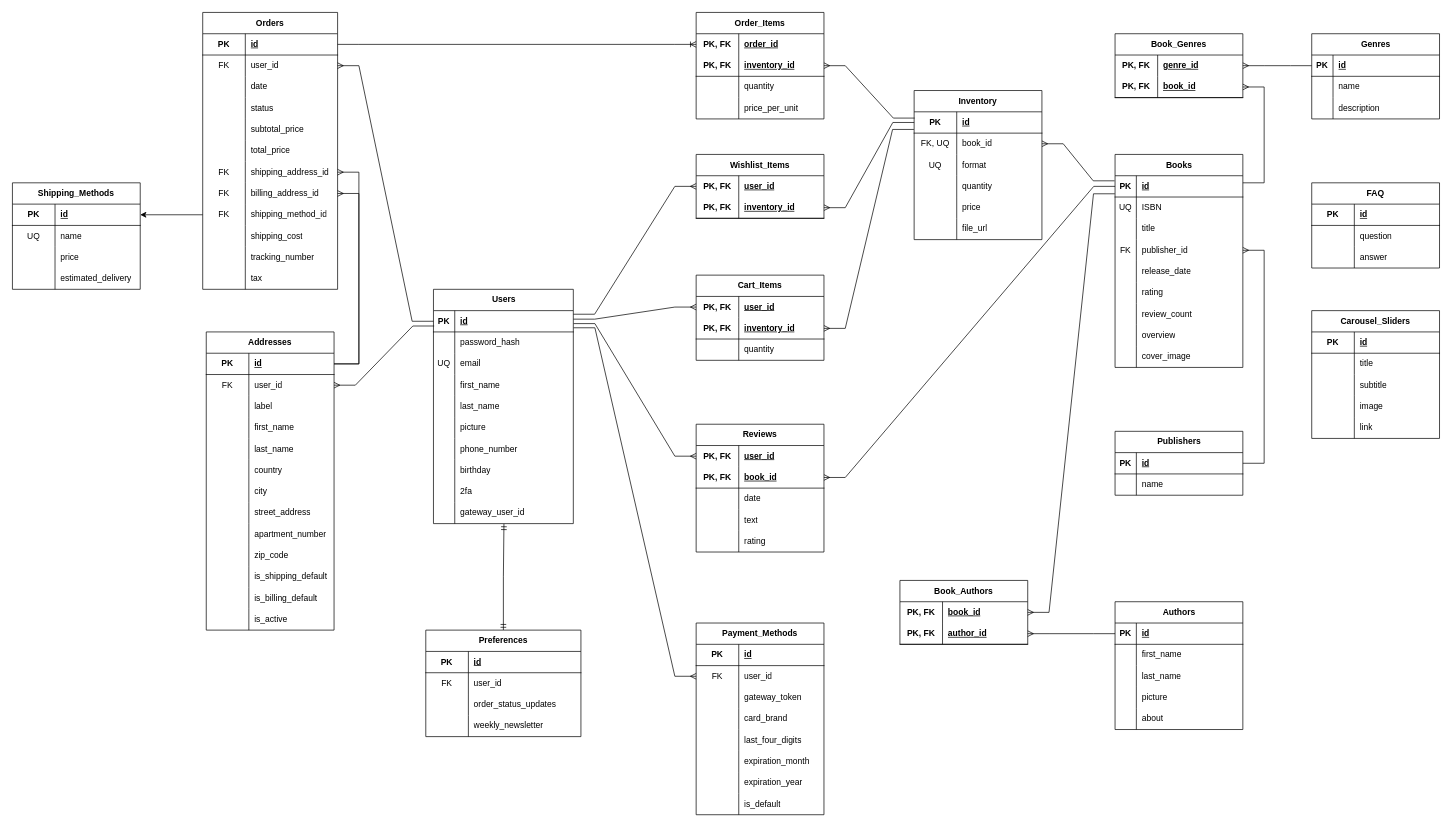
Above: ERD.drawio in ShayTam/Bookstore (draw.io), before the change. Source tidied: cells renumbered, new cells numbered last; positions are measured from the earlier drawing's top-left corner, leaving out a move shared by most shapes. Both pictures are drawn from the tidied source at 71%, with x=0, y=0 at pixel (12, 12).
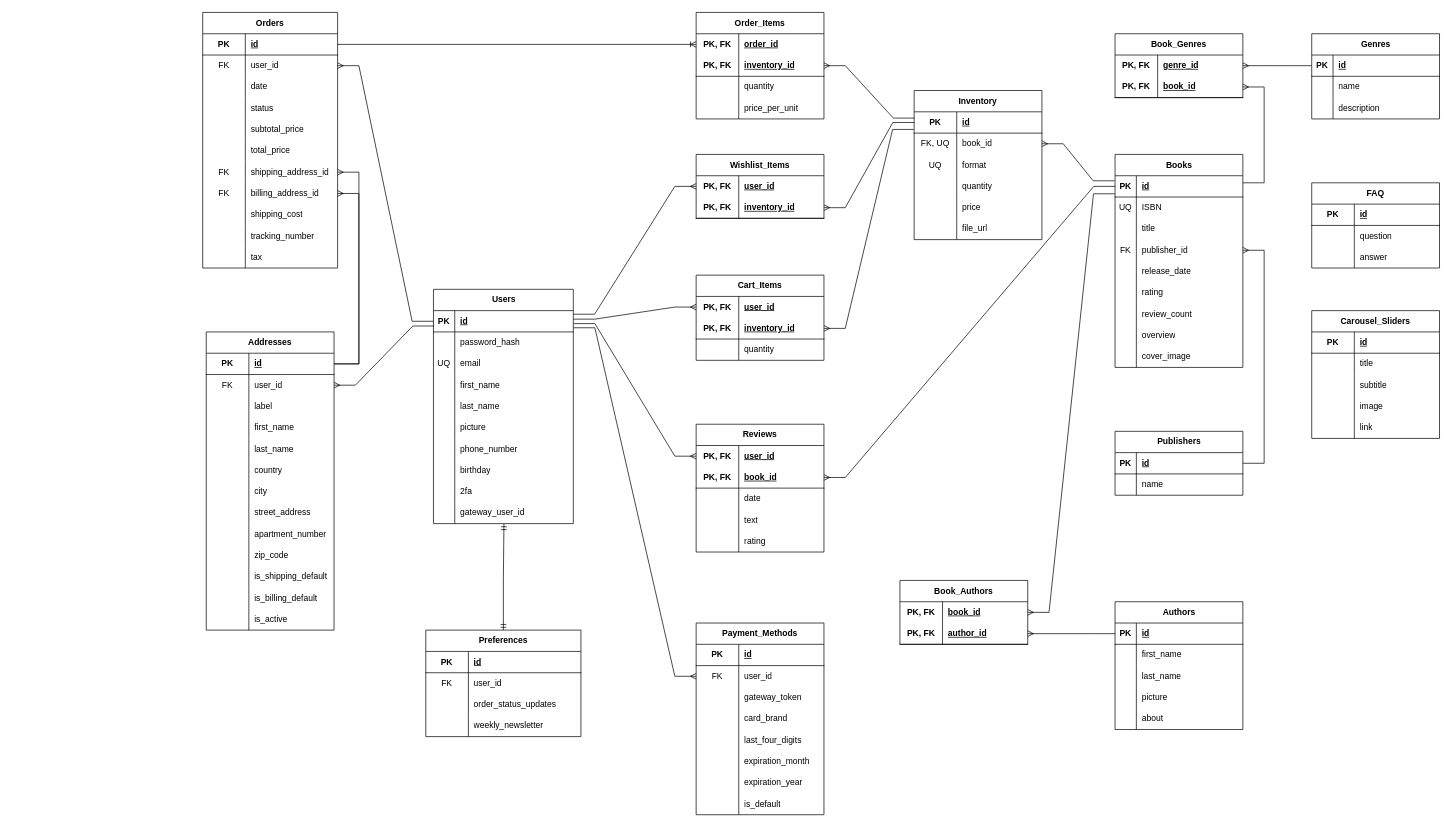
Above is the later version.

Commit message:
Deleted Shipping Method

The edit, as a diff of the source:
```diff
@@
     <mxCell id="119" value="Orders" style="shape=table;startSize=30;childLayout=tableLayout;rowLines=0;fontStyle=1;align=center;html=1;whiteSpace=wrap;" parent="1" vertex="1">
-      <mxGeometry x="268" width="190" height="390" as="geometry" />
+      <mxGeometry x="268" width="190" height="360" as="geometry" />
     </mxCell>
@@
-    <mxCell id="144" style="shape=tableRow;horizontal=0;startSize=0;swimlaneHead=0;swimlaneBody=0;fillColor=none;points=[[0,0.5],[1,0.5]];portConstraint=eastwest;top=0;left=0;right=0;bottom=0;html=1;" parent="119" vertex="1">
-      <mxGeometry y="270" width="190" height="30" as="geometry" />
-    </mxCell>
-    <mxCell id="145" value="FK" style="shape=partialRectangle;fillColor=none;top=0;left=0;bottom=0;right=0;overflow=hidden;html=1;whiteSpace=wrap;" parent="144" vertex="1">
-      <mxGeometry width="60" height="30" as="geometry" />
-    </mxCell>
-    <mxCell id="146" value="shipping_method_id" style="shape=partialRectangle;fillColor=none;top=0;left=0;bottom=0;right=0;align=left;spacingLeft=6;overflow=hidden;html=1;whiteSpace=wrap;" parent="144" vertex="1">
-      <mxGeometry x="60" width="130" height="30" as="geometry" />
-    </mxCell>
     <mxCell id="147" style="shape=tableRow;horizontal=0;startSize=0;swimlaneHead=0;swimlaneBody=0;fillColor=none;top=0;left=0;right=0;bottom=0;html=1;" parent="119" vertex="1">
-      <mxGeometry y="300" width="190" height="30" as="geometry" />
+      <mxGeometry y="270" width="190" height="30" as="geometry" />
     </mxCell>
@@
     <mxCell id="150" style="shape=tableRow;horizontal=0;startSize=0;swimlaneHead=0;swimlaneBody=0;fillColor=none;top=0;left=0;right=0;bottom=0;html=1;" parent="119" vertex="1">
-      <mxGeometry y="330" width="190" height="30" as="geometry" />
+      <mxGeometry y="300" width="190" height="30" as="geometry" />
     </mxCell>
@@
     <mxCell id="153" style="shape=tableRow;horizontal=0;startSize=0;swimlaneHead=0;swimlaneBody=0;fillColor=none;top=0;left=0;right=0;bottom=0;html=1;" parent="119" vertex="1">
-      <mxGeometry y="360" width="190" height="30" as="geometry" />
+      <mxGeometry y="330" width="190" height="30" as="geometry" />
     </mxCell>
@@
-    <mxCell id="279" value="Shipping_Methods" style="shape=table;startSize=30;childLayout=tableLayout;rowLines=0;fontStyle=1;align=center;html=1;whiteSpace=wrap;" parent="1" vertex="1">
-      <mxGeometry y="240" width="180" height="150" as="geometry" />
-    </mxCell>
-    <mxCell id="280" style="shape=tableRow;horizontal=0;startSize=0;swimlaneHead=0;swimlaneBody=0;fillColor=none;points=[[0,0.5],[1,0.5]];portConstraint=eastwest;top=0;left=0;right=0;bottom=1;html=1;" parent="279" vertex="1">
-      <mxGeometry y="30" width="180" height="30" as="geometry" />
-    </mxCell>
-    <mxCell id="281" value="&lt;span style=&quot;font-weight: 700;&quot;&gt;PK&lt;/span&gt;" style="shape=partialRectangle;fillColor=none;top=0;left=0;bottom=0;right=0;fontStyle=0;overflow=hidden;html=1;whiteSpace=wrap;" parent="280" vertex="1">
-      <mxGeometry width="60" height="30" as="geometry" />
-    </mxCell>
-    <mxCell id="282" value="&lt;span style=&quot;font-weight: 700; text-decoration: underline;&quot;&gt;id&lt;/span&gt;" style="shape=partialRectangle;fillColor=none;top=0;left=0;bottom=0;right=0;align=left;spacingLeft=6;fontStyle=0;overflow=hidden;html=1;whiteSpace=wrap;" parent="280" vertex="1">
-      <mxGeometry x="60" width="120" height="30" as="geometry" />
-    </mxCell>
-    <mxCell id="283" style="shape=tableRow;horizontal=0;startSize=0;swimlaneHead=0;swimlaneBody=0;fillColor=none;top=0;left=0;right=0;bottom=0;html=1;" parent="279" vertex="1">
-      <mxGeometry y="60" width="180" height="30" as="geometry" />
-    </mxCell>
-    <mxCell id="284" value="UQ" style="shape=partialRectangle;fillColor=none;top=0;left=0;bottom=0;right=0;overflow=hidden;html=1;whiteSpace=wrap;" parent="283" vertex="1">
-      <mxGeometry width="60" height="30" as="geometry" />
-    </mxCell>
-    <mxCell id="285" value="name" style="shape=partialRectangle;fillColor=none;top=0;left=0;bottom=0;right=0;align=left;spacingLeft=6;overflow=hidden;html=1;whiteSpace=wrap;" parent="283" vertex="1">
-      <mxGeometry x="60" width="120" height="30" as="geometry" />
-    </mxCell>
-    <mxCell id="286" style="shape=tableRow;horizontal=0;startSize=0;swimlaneHead=0;swimlaneBody=0;fillColor=none;top=0;left=0;right=0;bottom=0;html=1;" parent="279" vertex="1">
-      <mxGeometry y="90" width="180" height="30" as="geometry" />
-    </mxCell>
-    <mxCell id="287" style="shape=partialRectangle;fillColor=none;top=0;left=0;bottom=0;right=0;overflow=hidden;html=1;whiteSpace=wrap;" parent="286" vertex="1">
-      <mxGeometry width="60" height="30" as="geometry" />
-    </mxCell>
-    <mxCell id="288" value="price" style="shape=partialRectangle;fillColor=none;top=0;left=0;bottom=0;right=0;align=left;spacingLeft=6;overflow=hidden;html=1;whiteSpace=wrap;" parent="286" vertex="1">
-      <mxGeometry x="60" width="120" height="30" as="geometry" />
-    </mxCell>
-    <mxCell id="289" style="shape=tableRow;horizontal=0;startSize=0;swimlaneHead=0;swimlaneBody=0;fillColor=none;top=0;left=0;right=0;bottom=0;html=1;" parent="279" vertex="1">
-      <mxGeometry y="120" width="180" height="30" as="geometry" />
-    </mxCell>
-    <mxCell id="290" style="shape=partialRectangle;fillColor=none;top=0;left=0;bottom=0;right=0;overflow=hidden;html=1;whiteSpace=wrap;" parent="289" vertex="1">
-      <mxGeometry width="60" height="30" as="geometry" />
-    </mxCell>
-    <mxCell id="291" value="estimated_delivery" style="shape=partialRectangle;fillColor=none;top=0;left=0;bottom=0;right=0;align=left;spacingLeft=6;overflow=hidden;html=1;whiteSpace=wrap;" parent="289" vertex="1">
-      <mxGeometry x="60" width="120" height="30" as="geometry" />
-    </mxCell>
@@
-    <mxCell id="332" style="edgeStyle=orthogonalEdgeStyle;rounded=0;jettySize=auto;html=1;exitX=0;exitY=0.5;exitDx=0;exitDy=0;" parent="1" edge="1" source="144" target="280">
-      <mxGeometry relative="1" as="geometry" />
-    </mxCell>
```
